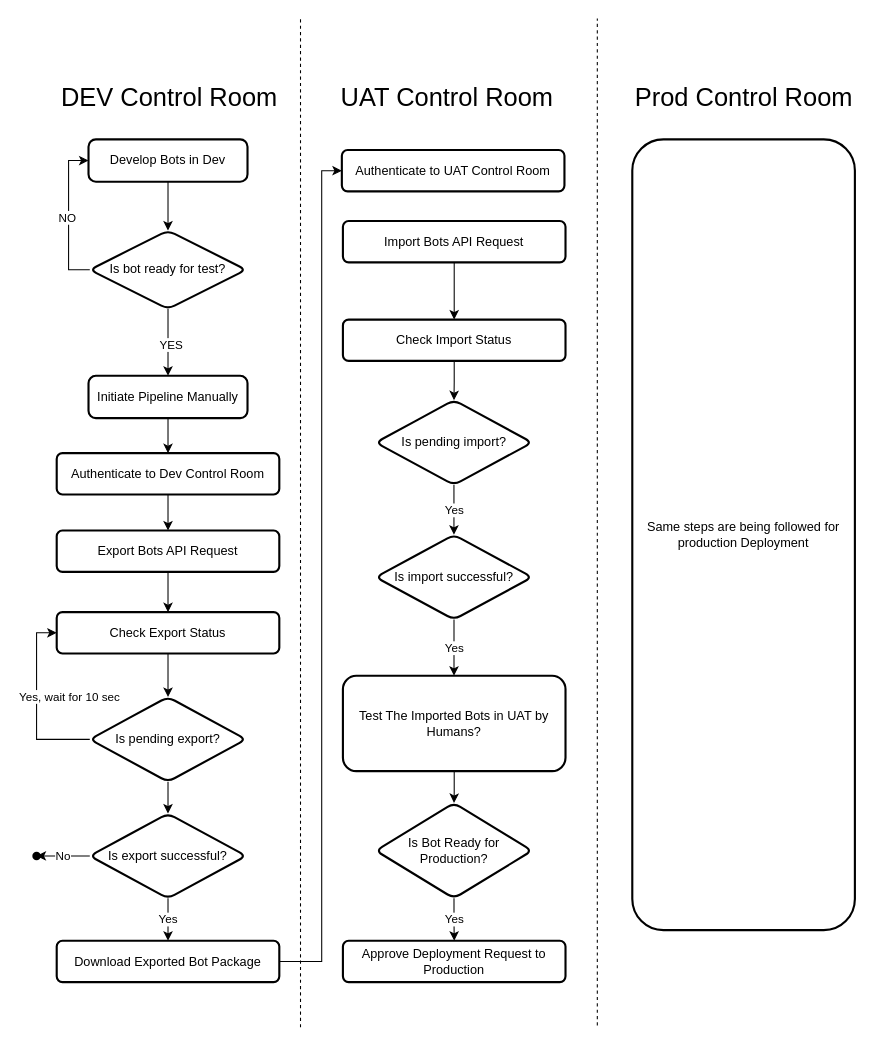
Before: diagram.drawio in arinco-crew-community/automation-anywhere-devops, a draw.io diagram. Source tidied: cells renumbered, new cells numbered last; positions are measured from the earlier drawing's top-left corner, leaving out a move shared by most shapes. Both pictures are drawn from the tidied source at 106%, with x=0, y=0 at pixel (25, 18).
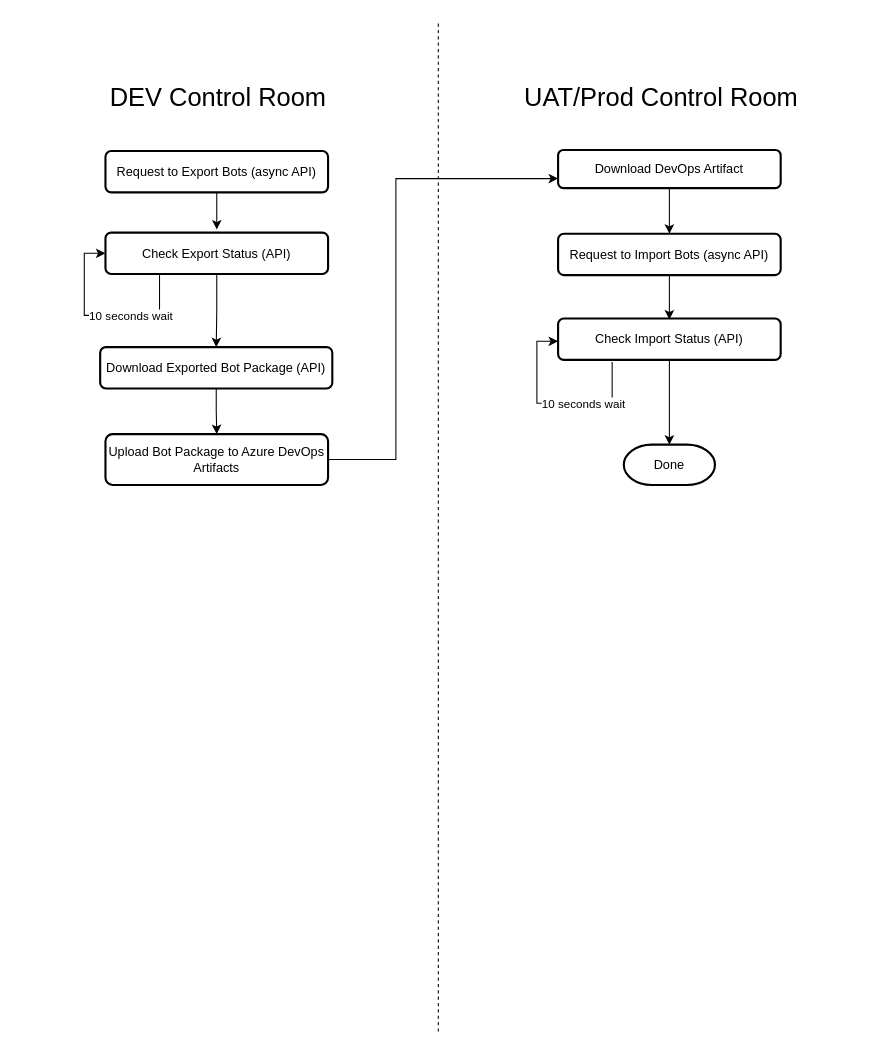
The same diagram, later.

The edit, as a diff of the source:
```diff
@@
     <mxCell id="2" style="endArrow=none;dashed=1;html=1;rounded=0;" parent="1" edge="1">
       <mxGeometry relative="1" as="geometry">
-        <mxPoint x="259" y="951.7" as="sourcePoint" />
-        <mxPoint x="259" as="targetPoint" />
+        <mxPoint x="389" y="955.7" as="sourcePoint" />
+        <mxPoint x="389" y="4" as="targetPoint" />
       </mxGeometry>
     </mxCell>
-    <mxCell id="3" style="endArrow=none;dashed=1;html=1;rounded=0;" parent="1" edge="1">
-      <mxGeometry relative="1" as="geometry">
-        <mxPoint x="539" y="950" as="sourcePoint" />
-        <mxPoint x="539" as="targetPoint" />
-      </mxGeometry>
-    </mxCell>
     <mxCell id="4" value="&lt;font style=&quot;font-size: 24px;&quot;&gt;DEV Control Room&lt;/font&gt;" style="text;html=1;align=center;verticalAlign=middle;strokeColor=none;fillColor=none;" parent="1" vertex="1">
-      <mxGeometry x="20" y="55" width="230" height="40" as="geometry" />
+      <mxGeometry x="66" y="55" width="230" height="40" as="geometry" />
     </mxCell>
-    <mxCell id="5" value="&lt;font style=&quot;font-size: 24px;&quot;&gt;UAT Control Room&lt;/font&gt;" style="text;html=1;align=center;verticalAlign=middle;strokeColor=none;fillColor=none;" parent="1" vertex="1">
-      <mxGeometry x="287" y="55" width="220" height="40" as="geometry" />
+    <mxCell id="5" value="&lt;font style=&quot;font-size: 24px;&quot;&gt;UAT/Prod Control Room&lt;/font&gt;" style="text;html=1;align=center;verticalAlign=middle;strokeColor=none;fillColor=none;" parent="1" vertex="1">
+      <mxGeometry x="459" y="55" width="280" height="40" as="geometry" />
     </mxCell>
-    <mxCell id="6" value="&lt;font style=&quot;font-size: 24px;&quot;&gt;Prod Control Room&lt;/font&gt;" style="text;html=1;align=center;verticalAlign=middle;strokeColor=none;fillColor=none;" parent="1" vertex="1">
-      <mxGeometry x="562" y="55" width="230" height="40" as="geometry" />
-    </mxCell>
-    <mxCell id="7" style="edgeStyle=orthogonalEdgeStyle;rounded=0;jettySize=auto;html=1;" parent="1" edge="1" source="8" target="12">
-      <mxGeometry relative="1" as="geometry" />
-    </mxCell>
-    <mxCell id="8" value="Develop Bots in Dev" style="rounded=1;whiteSpace=wrap;html=1;absoluteArcSize=1;arcSize=14;strokeWidth=2;" parent="1" vertex="1">
-      <mxGeometry x="59" y="114" width="150" height="40" as="geometry" />
-    </mxCell>
-    <mxCell id="9" style="edgeStyle=orthogonalEdgeStyle;rounded=0;jettySize=auto;html=1;exitX=0;exitY=0.5;exitDx=0;exitDy=0;entryX=0;entryY=0.5;entryDx=0;entryDy=0;" parent="1" edge="1" source="12" target="8">
-      <mxGeometry relative="1" as="geometry" />
-    </mxCell>
-    <mxCell id="10" value="NO" style="edgeLabel;html=1;align=center;verticalAlign=middle;" parent="9" vertex="1">
-      <mxGeometry x="0.13" y="2" relative="1" as="geometry">
-        <mxPoint y="10" as="offset" />
-      </mxGeometry>
-    </mxCell>
-    <mxCell id="11" style="edgeStyle=orthogonalEdgeStyle;rounded=0;jettySize=auto;html=1;" parent="1" edge="1" source="12" target="14">
-      <mxGeometry relative="1" as="geometry" />
-    </mxCell>
-    <mxCell id="12" value="Is bot ready for test?" style="rhombus;whiteSpace=wrap;html=1;rounded=1;arcSize=14;strokeWidth=2;" parent="1" vertex="1">
-      <mxGeometry x="60.2" y="200" width="147.5" height="74" as="geometry" />
-    </mxCell>
-    <mxCell id="13" style="edgeStyle=orthogonalEdgeStyle;rounded=0;jettySize=auto;html=1;" parent="1" edge="1" source="14" target="16">
-      <mxGeometry relative="1" as="geometry" />
-    </mxCell>
-    <mxCell id="14" value="Initiate Pipeline Manually" style="rounded=1;whiteSpace=wrap;html=1;absoluteArcSize=1;arcSize=14;strokeWidth=2;" parent="1" vertex="1">
-      <mxGeometry x="59" y="337" width="150" height="40" as="geometry" />
-    </mxCell>
-    <mxCell id="15" style="edgeStyle=orthogonalEdgeStyle;rounded=0;jettySize=auto;html=1;" parent="1" edge="1" source="16" target="21">
-      <mxGeometry relative="1" as="geometry" />
-    </mxCell>
-    <mxCell id="16" value="Authenticate to Dev Control Room" style="whiteSpace=wrap;html=1;rounded=1;arcSize=14;strokeWidth=2;" parent="1" vertex="1">
-      <mxGeometry x="29" y="410" width="210" height="39" as="geometry" />
-    </mxCell>
-    <mxCell id="17" value="YES" style="edgeLabel;html=1;align=center;verticalAlign=middle;" parent="1" vertex="1">
-      <mxGeometry x="48" y="160" as="geometry">
-        <mxPoint x="88" y="147" as="offset" />
-      </mxGeometry>
-    </mxCell>
-    <mxCell id="18" style="edgeStyle=orthogonalEdgeStyle;rounded=0;jettySize=auto;html=1;" parent="1" edge="1" source="19" target="25">
-      <mxGeometry relative="1" as="geometry" />
-    </mxCell>
+    <mxCell id="47" style="edgeStyle=orthogonalEdgeStyle;rounded=0;jettySize=auto;html=1;entryX=0.5;entryY=0;entryDx=0;entryDy=0;" parent="1" edge="1" source="19" target="31">
+      <mxGeometry relative="1" as="geometry" />
+    </mxCell>
-    <mxCell id="19" value="Check Export Status" style="whiteSpace=wrap;html=1;rounded=1;arcSize=14;strokeWidth=2;" parent="1" vertex="1">
-      <mxGeometry x="29" y="560" width="210" height="39" as="geometry" />
+    <mxCell id="19" value="Check Export Status (API)" style="whiteSpace=wrap;html=1;rounded=1;arcSize=14;strokeWidth=2;" parent="1" vertex="1">
+      <mxGeometry x="75" y="202" width="210" height="39" as="geometry" />
     </mxCell>
-    <mxCell id="20" style="edgeStyle=orthogonalEdgeStyle;rounded=0;jettySize=auto;html=1;" parent="1" edge="1" source="21" target="19">
-      <mxGeometry relative="1" as="geometry" />
+    <mxCell id="20" style="edgeStyle=orthogonalEdgeStyle;rounded=0;orthogonalLoop=1;jettySize=auto;html=1;" parent="1" edge="1">
+      <mxGeometry relative="1" as="geometry">
+        <mxPoint x="180" y="161" as="sourcePoint" />
+        <mxPoint x="180" y="199" as="targetPoint" />
+      </mxGeometry>
     </mxCell>
-    <mxCell id="21" value="Export Bots API Request" style="whiteSpace=wrap;html=1;rounded=1;arcSize=14;strokeWidth=2;" parent="1" vertex="1">
-      <mxGeometry x="29" y="483" width="210" height="39" as="geometry" />
+    <mxCell id="21" value="Request to Export Bots (async API)" style="whiteSpace=wrap;html=1;rounded=1;arcSize=14;strokeWidth=2;" parent="1" vertex="1">
+      <mxGeometry x="75" y="125" width="210" height="39" as="geometry" />
     </mxCell>
-    <mxCell id="22" style="edgeStyle=orthogonalEdgeStyle;rounded=0;jettySize=auto;html=1;entryX=0;entryY=0.5;entryDx=0;entryDy=0;" parent="1" edge="1" source="25" target="19">
-      <mxGeometry relative="1" as="geometry">
-        <Array as="points">
-          <mxPoint x="10" y="680" />
-          <mxPoint x="10" y="580" />
-          <mxPoint x="29" y="580" />
-        </Array>
-      </mxGeometry>
-    </mxCell>
-    <mxCell id="23" value="Yes, wait for 10 sec" style="edgeLabel;html=1;align=center;verticalAlign=middle;" parent="22" vertex="1">
-      <mxGeometry x="0.04" relative="1" as="geometry">
-        <mxPoint x="30" y="-3" as="offset" />
-      </mxGeometry>
-    </mxCell>
-    <mxCell id="24" style="edgeStyle=orthogonalEdgeStyle;rounded=0;jettySize=auto;html=1;" parent="1" edge="1" source="25" target="28">
-      <mxGeometry relative="1" as="geometry" />
-    </mxCell>
-    <mxCell id="25" value="Is pending export?" style="rhombus;whiteSpace=wrap;html=1;rounded=1;arcSize=14;strokeWidth=2;" parent="1" vertex="1">
-      <mxGeometry x="60.2" y="640" width="147.5" height="80" as="geometry" />
-    </mxCell>
-    <mxCell id="26" value="No" style="edgeStyle=orthogonalEdgeStyle;rounded=0;jettySize=auto;html=1;" parent="1" edge="1" source="28" target="29">
-      <mxGeometry relative="1" as="geometry" />
-    </mxCell>
-    <mxCell id="27" value="Yes" style="edgeStyle=orthogonalEdgeStyle;rounded=0;jettySize=auto;html=1;" parent="1" edge="1" source="28" target="31">
-      <mxGeometry relative="1" as="geometry" />
-    </mxCell>
-    <mxCell id="28" value="Is export successful?" style="rhombus;whiteSpace=wrap;html=1;rounded=1;arcSize=14;strokeWidth=2;" parent="1" vertex="1">
-      <mxGeometry x="60.2" y="750" width="147.5" height="80" as="geometry" />
-    </mxCell>
-    <mxCell id="29" style="shape=waypoint;sketch=0;size=6;points=[];fillColor=default;perimeter=centerPerimeter;snapToPoint=1;rounded=1;arcSize=14;strokeWidth=2;" parent="1" vertex="1">
-      <mxGeometry y="780" width="20" height="20" as="geometry" />
-    </mxCell>
-    <mxCell id="30" style="edgeStyle=orthogonalEdgeStyle;rounded=0;jettySize=auto;html=1;entryX=0;entryY=0.5;entryDx=0;entryDy=0;" parent="1" edge="1" source="31" target="46">
-      <mxGeometry relative="1" as="geometry">
-        <Array as="points">
-          <mxPoint x="279" y="890" />
-          <mxPoint x="279" y="144" />
-        </Array>
-      </mxGeometry>
-    </mxCell>
+    <mxCell id="48" style="edgeStyle=orthogonalEdgeStyle;rounded=0;jettySize=auto;html=1;" parent="1" edge="1" source="31" target="51">
+      <mxGeometry relative="1" as="geometry" />
+    </mxCell>
-    <mxCell id="31" value="Download Exported Bot Package" style="whiteSpace=wrap;html=1;rounded=1;arcSize=14;strokeWidth=2;" parent="1" vertex="1">
-      <mxGeometry x="29" y="870" width="210" height="39" as="geometry" />
+    <mxCell id="31" value="Download Exported Bot Package (API)" style="whiteSpace=wrap;html=1;rounded=1;arcSize=14;strokeWidth=2;" parent="1" vertex="1">
+      <mxGeometry x="70" y="310" width="219" height="39" as="geometry" />
     </mxCell>
-    <mxCell id="32" value="Same steps are being followed for production Deployment" style="whiteSpace=wrap;html=1;rounded=1;arcSize=14;strokeWidth=2;" parent="1" vertex="1">
-      <mxGeometry x="572" y="114" width="210" height="746" as="geometry" />
-    </mxCell>
-    <mxCell id="33" style="edgeStyle=orthogonalEdgeStyle;rounded=0;jettySize=auto;html=1;" parent="1" edge="1" source="34" target="45">
-      <mxGeometry relative="1" as="geometry" />
+    <mxCell id="33" style="edgeStyle=orthogonalEdgeStyle;rounded=0;jettySize=auto;html=1;" parent="1" edge="1" source="34">
+      <mxGeometry relative="1" as="geometry">
+        <mxPoint x="607" y="284" as="targetPoint" />
+      </mxGeometry>
     </mxCell>
-    <mxCell id="34" value="Import Bots API Request" style="whiteSpace=wrap;html=1;rounded=1;arcSize=14;strokeWidth=2;" parent="1" vertex="1">
-      <mxGeometry x="299" y="191" width="210" height="39" as="geometry" />
+    <mxCell id="34" value="Request to Import Bots (async API)" style="whiteSpace=wrap;html=1;rounded=1;arcSize=14;strokeWidth=2;" parent="1" vertex="1">
+      <mxGeometry x="502" y="203" width="210" height="39" as="geometry" />
     </mxCell>
-    <mxCell id="35" value="Approve Deployment Request to Production" style="whiteSpace=wrap;html=1;rounded=1;arcSize=14;strokeWidth=2;" parent="1" vertex="1">
-      <mxGeometry x="299" y="870" width="210" height="39" as="geometry" />
-    </mxCell>
-    <mxCell id="36" value="Yes" style="edgeStyle=orthogonalEdgeStyle;rounded=0;jettySize=auto;html=1;" parent="1" edge="1" source="37" target="39">
-      <mxGeometry relative="1" as="geometry" />
-    </mxCell>
-    <mxCell id="37" value="Is pending import?" style="rhombus;whiteSpace=wrap;html=1;rounded=1;arcSize=14;strokeWidth=2;" parent="1" vertex="1">
-      <mxGeometry x="330" y="360" width="147.5" height="80" as="geometry" />
-    </mxCell>
-    <mxCell id="38" value="Yes" style="edgeStyle=orthogonalEdgeStyle;rounded=0;jettySize=auto;html=1;" parent="1" edge="1" source="39" target="41">
-      <mxGeometry relative="1" as="geometry">
-        <Array as="points">
-          <mxPoint x="404" y="600" />
-          <mxPoint x="404" y="600" />
-        </Array>
-      </mxGeometry>
-    </mxCell>
-    <mxCell id="39" value="Is import successful?" style="rhombus;whiteSpace=wrap;html=1;rounded=1;arcSize=14;strokeWidth=2;" parent="1" vertex="1">
-      <mxGeometry x="330" y="487" width="147.5" height="80" as="geometry" />
-    </mxCell>
-    <mxCell id="40" style="edgeStyle=orthogonalEdgeStyle;rounded=0;jettySize=auto;html=1;" parent="1" edge="1" source="41" target="43">
-      <mxGeometry relative="1" as="geometry" />
-    </mxCell>
-    <mxCell id="41" value="Test The Imported Bots in UAT by Humans?" style="whiteSpace=wrap;html=1;rounded=1;arcSize=14;strokeWidth=2;" parent="1" vertex="1">
-      <mxGeometry x="299" y="620" width="210" height="90" as="geometry" />
-    </mxCell>
-    <mxCell id="42" value="Yes" style="edgeStyle=orthogonalEdgeStyle;rounded=0;jettySize=auto;html=1;" parent="1" edge="1" source="43" target="35">
-      <mxGeometry relative="1" as="geometry" />
-    </mxCell>
-    <mxCell id="43" value="Is Bot Ready for Production?" style="rhombus;whiteSpace=wrap;html=1;rounded=1;arcSize=14;strokeWidth=2;" parent="1" vertex="1">
-      <mxGeometry x="330" y="740" width="147.5" height="90" as="geometry" />
-    </mxCell>
-    <mxCell id="44" style="edgeStyle=orthogonalEdgeStyle;rounded=0;jettySize=auto;html=1;" parent="1" edge="1" source="45" target="37">
-      <mxGeometry relative="1" as="geometry" />
-    </mxCell>
-    <mxCell id="45" value="Check Import Status" style="whiteSpace=wrap;html=1;rounded=1;arcSize=14;strokeWidth=2;" parent="1" vertex="1">
-      <mxGeometry x="299" y="284" width="210" height="39" as="geometry" />
-    </mxCell>
+    <mxCell id="49" style="edgeStyle=orthogonalEdgeStyle;rounded=0;jettySize=auto;html=1;" parent="1" edge="1" source="46" target="34">
+      <mxGeometry relative="1" as="geometry" />
+    </mxCell>
-    <mxCell id="46" value="Authenticate to UAT Control Room" style="whiteSpace=wrap;html=1;rounded=1;arcSize=14;strokeWidth=2;" parent="1" vertex="1">
-      <mxGeometry x="298" y="124" width="210" height="39" as="geometry" />
+    <mxCell id="46" value="Download DevOps Artifact" style="whiteSpace=wrap;html=1;rounded=1;arcSize=14;strokeWidth=2;" parent="1" vertex="1">
+      <mxGeometry x="502" y="124" width="210" height="36" as="geometry" />
     </mxCell>
+    <mxCell id="50" style="edgeStyle=orthogonalEdgeStyle;rounded=0;jettySize=auto;html=1;entryX=0;entryY=0.75;entryDx=0;entryDy=0;" parent="1" edge="1" source="51" target="46">
+      <mxGeometry relative="1" as="geometry">
+        <Array as="points">
+          <mxPoint x="349" y="416" />
+          <mxPoint x="349" y="151" />
+        </Array>
+      </mxGeometry>
+    </mxCell>
+    <mxCell id="51" value="Upload Bot Package to Azure DevOps Artifacts" style="whiteSpace=wrap;html=1;rounded=1;arcSize=14;strokeWidth=2;" parent="1" vertex="1">
+      <mxGeometry x="75" y="392" width="210" height="48" as="geometry" />
+    </mxCell>
+    <mxCell id="52" value="Done" style="strokeWidth=2;html=1;shape=mxgraph.flowchart.terminator;whiteSpace=wrap;" parent="1" vertex="1">
+      <mxGeometry x="564" y="402" width="86" height="38" as="geometry" />
+    </mxCell>
+    <mxCell id="53" style="edgeStyle=orthogonalEdgeStyle;rounded=0;orthogonalLoop=1;jettySize=auto;html=1;entryX=0;entryY=0.5;entryDx=0;entryDy=0;" parent="1" edge="1">
+      <mxGeometry relative="1" as="geometry">
+        <mxPoint x="126" y="241" as="sourcePoint" />
+        <mxPoint x="75" y="221.5" as="targetPoint" />
+        <Array as="points">
+          <mxPoint x="126" y="280" />
+          <mxPoint x="55" y="280" />
+          <mxPoint x="55" y="222" />
+        </Array>
+      </mxGeometry>
+    </mxCell>
+    <mxCell id="54" value="10 seconds wait" style="edgeLabel;html=1;align=center;verticalAlign=middle;" parent="53" vertex="1">
+      <mxGeometry x="-0.29" relative="1" as="geometry" />
+    </mxCell>
+    <mxCell id="55" style="edgeStyle=orthogonalEdgeStyle;rounded=0;orthogonalLoop=1;jettySize=auto;html=1;entryX=0;entryY=0.5;entryDx=0;entryDy=0;" parent="1" edge="1">
+      <mxGeometry relative="1" as="geometry">
+        <mxPoint x="553" y="324" as="sourcePoint" />
+        <mxPoint x="502" y="304.5" as="targetPoint" />
+        <Array as="points">
+          <mxPoint x="553" y="363" />
+          <mxPoint x="482" y="363" />
+          <mxPoint x="482" y="305" />
+        </Array>
+      </mxGeometry>
+    </mxCell>
+    <mxCell id="56" value="10 seconds wait" style="edgeLabel;html=1;align=center;verticalAlign=middle;" parent="55" vertex="1">
+      <mxGeometry x="-0.29" relative="1" as="geometry" />
+    </mxCell>
+    <mxCell id="57" style="edgeStyle=orthogonalEdgeStyle;rounded=0;jettySize=auto;html=1;" parent="1" edge="1" source="58" target="52">
+      <mxGeometry relative="1" as="geometry" />
+    </mxCell>
+    <mxCell id="58" value="Check Import Status (API)" style="whiteSpace=wrap;html=1;rounded=1;arcSize=14;strokeWidth=2;" parent="1" vertex="1">
+      <mxGeometry x="502" y="283" width="210" height="39" as="geometry" />
+    </mxCell>
```
